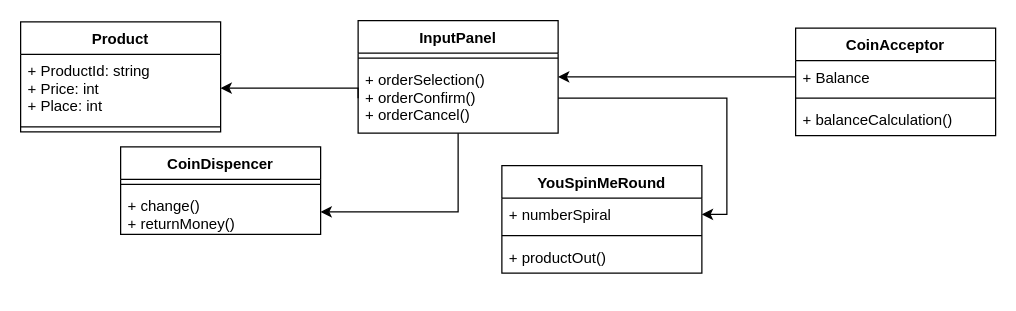
This is Untitled Diagram.drawio from StpnPntr/UchebnayaPractice, a draw.io file, before an edit. Source tidied: cells renumbered, new cells numbered last; positions are measured from the earlier drawing's top-left corner, leaving out a move shared by most shapes. Both pictures are drawn from the tidied source at 125%, with x=0, y=0 at pixel (20, 20).
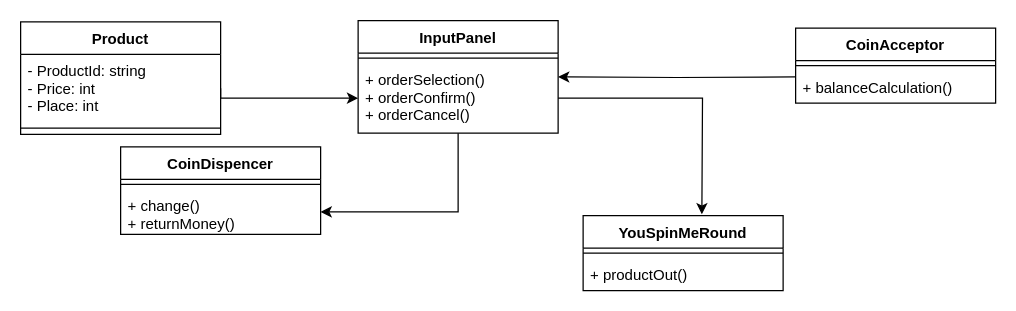
After the change.

Unchanged cells that the change refers to:
```xml
<mxCell id="6" value="InputPanel" style="swimlane;fontStyle=1;align=center;verticalAlign=top;horizontal=1;startSize=26;shadow=0;" parent="1" vertex="1">
  <mxGeometry x="270" width="160" height="90" as="geometry" />
</mxCell>
<mxCell id="8" value="+ orderSelection()&#10;+ orderConfirm()&#10;+ orderCancel()" style="text;strokeColor=none;fillColor=none;align=left;verticalAlign=top;spacingLeft=4;spacingRight=4;overflow=hidden;points=[[0,0.5],[1,0.5]];portConstraint=eastwest;shadow=0;" parent="6" vertex="1">
  <mxGeometry y="34" width="160" height="56" as="geometry" />
</mxCell>
```

What changed in the source:
```diff
@@
     <mxCell id="2" value="Product" style="swimlane;fontStyle=1;align=center;verticalAlign=top;horizontal=1;startSize=26;shadow=0;" parent="1" vertex="1">
-      <mxGeometry y="1" width="160" height="88" as="geometry" />
+      <mxGeometry y="1" width="160" height="90" as="geometry" />
     </mxCell>
-    <mxCell id="3" value="+ ProductId: string&#10;+ Price: int&#10;+ Place: int" style="text;strokeColor=none;fillColor=none;align=left;verticalAlign=top;spacingLeft=4;spacingRight=4;overflow=hidden;points=[[0,0.5],[1,0.5]];portConstraint=eastwest;shadow=0;" parent="2" vertex="1">
+    <mxCell id="3" value="- ProductId: string&#10;- Price: int&#10;- Place: int" style="text;strokeColor=none;fillColor=none;align=left;verticalAlign=top;spacingLeft=4;spacingRight=4;overflow=hidden;points=[[0,0.5],[1,0.5]];portConstraint=eastwest;shadow=0;" parent="2" vertex="1">
       <mxGeometry y="26" width="160" height="54" as="geometry" />
     </mxCell>
     <mxCell id="4" style="line;strokeWidth=1;fillColor=none;align=left;verticalAlign=middle;spacingTop=-1;spacingLeft=3;spacingRight=3;labelPosition=right;shadow=0;" parent="2" vertex="1">
-      <mxGeometry y="80" width="160" height="8" as="geometry" />
+      <mxGeometry y="80" width="160" height="10" as="geometry" />
     </mxCell>
@@
     <mxCell id="9" value="CoinAcceptor" style="swimlane;fontStyle=1;align=center;verticalAlign=top;horizontal=1;startSize=26;shadow=0;" parent="1" vertex="1">
-      <mxGeometry x="620" y="6" width="160" height="86" as="geometry" />
+      <mxGeometry x="620" y="6" width="160" height="60" as="geometry" />
     </mxCell>
-    <mxCell id="10" value="+ Balance" style="text;strokeColor=none;fillColor=none;align=left;verticalAlign=top;spacingLeft=4;spacingRight=4;overflow=hidden;points=[[0,0.5],[1,0.5]];portConstraint=eastwest;shadow=0;" parent="9" vertex="1">
-      <mxGeometry y="26" width="160" height="26" as="geometry" />
-    </mxCell>
     <mxCell id="11" style="line;strokeWidth=1;fillColor=none;align=left;verticalAlign=middle;spacingTop=-1;spacingLeft=3;spacingRight=3;labelPosition=right;shadow=0;" parent="9" vertex="1">
-      <mxGeometry y="52" width="160" height="8" as="geometry" />
+      <mxGeometry y="26" width="160" height="8" as="geometry" />
     </mxCell>
     <mxCell id="12" value="+ balanceCalculation()" style="text;strokeColor=none;fillColor=none;align=left;verticalAlign=top;spacingLeft=4;spacingRight=4;overflow=hidden;shadow=0;" parent="9" vertex="1">
-      <mxGeometry y="60" width="160" height="26" as="geometry" />
+      <mxGeometry y="34" width="160" height="26" as="geometry" />
     </mxCell>
@@
-    <mxCell id="16" style="edgeStyle=orthogonalEdgeStyle;rounded=0;jettySize=auto;html=1;exitX=0;exitY=0.5;exitDx=0;exitDy=0;entryX=1;entryY=0.5;entryDx=0;entryDy=0;" parent="1" edge="1" source="8" target="3">
+    <mxCell id="16" style="edgeStyle=orthogonalEdgeStyle;rounded=0;jettySize=auto;html=1;exitX=1;exitY=0.5;exitDx=0;exitDy=0;entryX=0;entryY=0.5;entryDx=0;entryDy=0;" parent="1" edge="1" source="3" target="8">
       <mxGeometry relative="1" as="geometry">
         <Array as="points">
-          <mxPoint x="270" y="54" />
+          <mxPoint x="160" y="62" />
         </Array>
       </mxGeometry>
     </mxCell>
-    <mxCell id="17" style="edgeStyle=orthogonalEdgeStyle;rounded=0;jettySize=auto;html=1;exitX=0;exitY=0.5;exitDx=0;exitDy=0;entryX=1;entryY=0.5;entryDx=0;entryDy=0;" parent="1" edge="1" source="10" target="6">
-      <mxGeometry relative="1" as="geometry" />
+    <mxCell id="17" style="edgeStyle=orthogonalEdgeStyle;rounded=0;jettySize=auto;html=1;exitX=0;exitY=0.5;exitDx=0;exitDy=0;entryX=1;entryY=0.5;entryDx=0;entryDy=0;" parent="1" edge="1" target="6">
+      <mxGeometry relative="1" as="geometry">
+        <mxPoint x="620" y="45" as="sourcePoint" />
+      </mxGeometry>
     </mxCell>
-    <mxCell id="18" style="edgeStyle=orthogonalEdgeStyle;rounded=0;jettySize=auto;html=1;exitX=1;exitY=0.5;exitDx=0;exitDy=0;entryX=1;entryY=0.5;entryDx=0;entryDy=0;" parent="1" edge="1" source="8" target="20">
-      <mxGeometry relative="1" as="geometry" />
+    <mxCell id="18" style="edgeStyle=orthogonalEdgeStyle;rounded=0;jettySize=auto;html=1;exitX=1;exitY=0.5;exitDx=0;exitDy=0;entryX=1;entryY=0.5;entryDx=0;entryDy=0;" parent="1" edge="1" source="8">
+      <mxGeometry relative="1" as="geometry">
+        <mxPoint x="545" y="155" as="targetPoint" />
+      </mxGeometry>
     </mxCell>
     <mxCell id="19" value="YouSpinMeRound" style="swimlane;fontStyle=1;align=center;verticalAlign=top;horizontal=1;startSize=26;" parent="1" vertex="1">
-      <mxGeometry x="385" y="116" width="160" height="86" as="geometry" />
+      <mxGeometry x="450" y="156" width="160" height="60" as="geometry" />
     </mxCell>
-    <mxCell id="20" value="+ numberSpiral" style="text;strokeColor=none;fillColor=none;align=left;verticalAlign=top;spacingLeft=4;spacingRight=4;overflow=hidden;points=[[0,0.5],[1,0.5]];portConstraint=eastwest;" parent="19" vertex="1">
-      <mxGeometry y="26" width="160" height="26" as="geometry" />
-    </mxCell>
     <mxCell id="21" style="line;strokeWidth=1;fillColor=none;align=left;verticalAlign=middle;spacingTop=-1;spacingLeft=3;spacingRight=3;labelPosition=right;" parent="19" vertex="1">
-      <mxGeometry y="52" width="160" height="8" as="geometry" />
+      <mxGeometry y="26" width="160" height="8" as="geometry" />
     </mxCell>
     <mxCell id="22" value="+ productOut()" style="text;strokeColor=none;fillColor=none;align=left;verticalAlign=top;spacingLeft=4;spacingRight=4;overflow=hidden;" parent="19" vertex="1">
-      <mxGeometry y="60" width="160" height="26" as="geometry" />
+      <mxGeometry y="34" width="160" height="26" as="geometry" />
     </mxCell>
```
